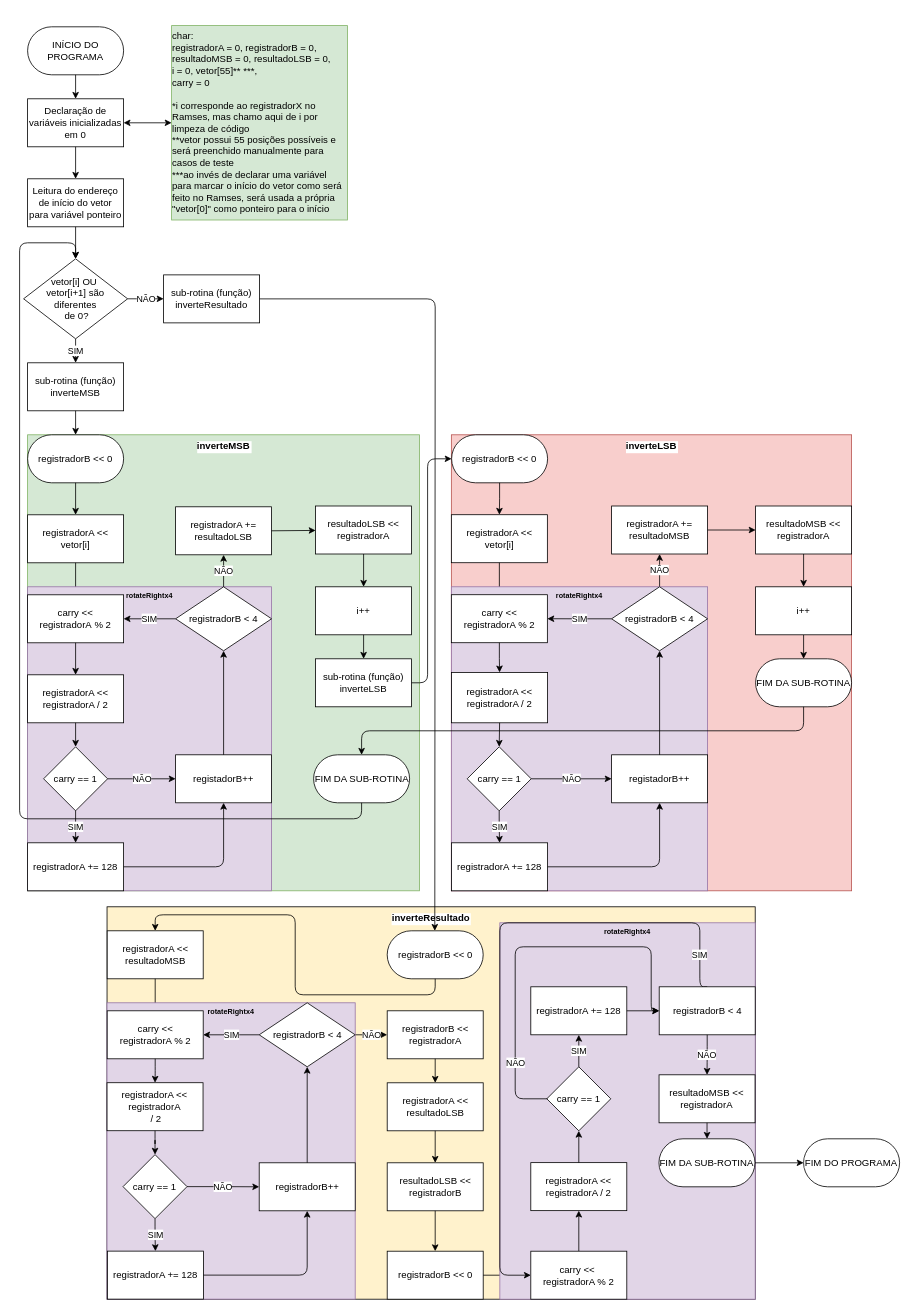
This is page "FluxogramaC" (2 of 2) of Fluxogramas/FluxogramaTrabalhoRamses_19_1.drawio from gabrielluizcm/TrabalhoRamses_19_1, a draw.io file, before an edit. Source tidied: cells renumbered, new cells numbered last; positions are measured from the earlier drawing's top-left corner, leaving out a move shared by most shapes. Both pictures are drawn from the tidied source at 80%, with x=0, y=0 at pixel (19, 25).
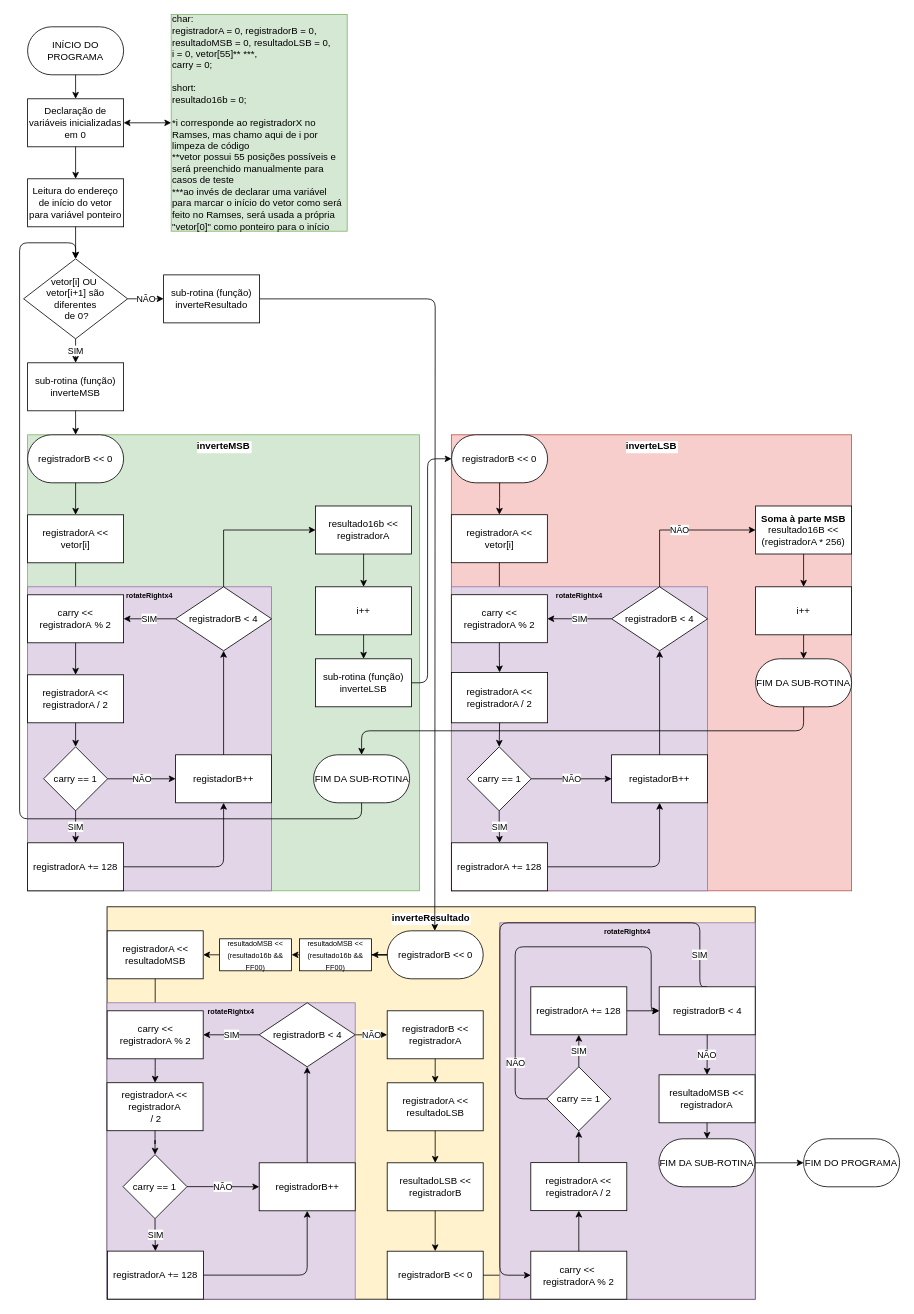
After the change.

Unchanged cells that the change refers to:
```xml
<mxCell id="15" value="inverteMSB" style="group;fillColor=#d5e8d4;strokeColor=#82b366;strokeWidth=1;perimeterSpacing=0;fontStyle=1;rounded=0;labelBackgroundColor=#ffffff;" parent="1" vertex="1">
  <mxGeometry x="10" y="512" width="490" height="570" as="geometry" />
</mxCell>
<mxCell id="28" value="registradorB &amp;lt; 4" style="rhombus;whiteSpace=wrap;html=1;" parent="24" vertex="1">
  <mxGeometry x="185" width="120" height="80" as="geometry" />
</mxCell>
<mxCell id="44" value="inverteLSB" style="group;fillColor=#f8cecc;strokeColor=#b85450;fontStyle=1;labelBackgroundColor=#ffffff;" parent="1" vertex="1">
  <mxGeometry x="539.7" y="512" width="500.3" height="570" as="geometry" />
</mxCell>
<mxCell id="63" value="registradorB &amp;lt; 4" style="rhombus;whiteSpace=wrap;html=1;" parent="57" vertex="1">
  <mxGeometry x="200.3" width="120" height="80" as="geometry" />
</mxCell>
<mxCell id="74" value="inverteResultado" style="group;fillColor=#fff2cc;strokeColor=#000000;fontStyle=1;verticalAlign=top;align=center;labelBackgroundColor=#ffffff;" parent="1" vertex="1">
  <mxGeometry x="109.3" y="1102" width="810.2" height="490.5" as="geometry" />
</mxCell>
<mxCell id="75" value="registradorB &amp;lt;&amp;lt; 0" style="rounded=1;whiteSpace=wrap;html=1;comic=0;strokeColor=#000000;strokeWidth=1;fillColor=#ffffff;gradientColor=none;arcSize=50;" parent="74" vertex="1">
  <mxGeometry x="350.2" y="30" width="120" height="60" as="geometry" />
</mxCell>
<mxCell id="76" value="registradorA &amp;lt;&amp;lt; resultadoMSB" style="rounded=0;whiteSpace=wrap;html=1;comic=0;strokeColor=#000000;strokeWidth=1;fillColor=#ffffff;gradientColor=none;" parent="74" vertex="1">
  <mxGeometry x="0.2" y="30" width="120" height="60" as="geometry" />
</mxCell>
```

The edit, as a diff of the source:
```diff
@@
-    <mxCell id="11" value="&lt;div style=&quot;text-align: left&quot;&gt;&lt;span&gt;char:&lt;/span&gt;&lt;/div&gt;&lt;div style=&quot;text-align: left&quot;&gt;&lt;span&gt;registradorA = 0, registradorB = 0,&lt;/span&gt;&lt;/div&gt;&lt;div style=&quot;text-align: left&quot;&gt;&lt;span&gt;resultadoMSB = 0, resultadoLSB = 0,&lt;/span&gt;&lt;/div&gt;&lt;div style=&quot;text-align: left&quot;&gt;&lt;span&gt;i&lt;/span&gt;&lt;span&gt;&amp;nbsp;= 0&lt;/span&gt;&lt;span&gt;,&amp;nbsp;&lt;/span&gt;&lt;span&gt;vetor[55]** ***,&lt;/span&gt;&lt;/div&gt;&lt;div style=&quot;text-align: left&quot;&gt;&lt;span&gt;carry = 0&lt;/span&gt;&lt;/div&gt;&lt;div style=&quot;text-align: left&quot;&gt;&lt;span&gt;&lt;br&gt;&lt;/span&gt;&lt;/div&gt;&lt;div style=&quot;text-align: left&quot;&gt;&lt;span&gt;*i corresponde ao registradorX no Ramses, mas chamo aqui de i por limpeza de código&lt;/span&gt;&lt;/div&gt;&lt;div style=&quot;text-align: left&quot;&gt;&lt;span&gt;**vetor possui 55 posições possíveis e será preenchido manualmente para casos de teste&lt;/span&gt;&lt;/div&gt;&lt;div style=&quot;text-align: left&quot;&gt;***ao invés de declarar uma variável para marcar o início do vetor como será feito no Ramses, será usada a própria &quot;vetor[0]&quot; como ponteiro para o início&lt;/div&gt;" style="text;html=1;strokeColor=#82b366;fillColor=#d5e8d4;align=center;verticalAlign=middle;whiteSpace=wrap;rounded=0;comic=0;" parent="1" vertex="1">
-      <mxGeometry x="190" y="0.5" width="220" height="243" as="geometry" />
+    <mxCell id="11" value="&lt;div style=&quot;text-align: left&quot;&gt;&lt;span&gt;char:&lt;/span&gt;&lt;/div&gt;&lt;div style=&quot;text-align: left&quot;&gt;&lt;span&gt;registradorA = 0, registradorB = 0,&lt;/span&gt;&lt;/div&gt;&lt;div style=&quot;text-align: left&quot;&gt;&lt;span&gt;resultadoMSB = 0, resultadoLSB = 0,&lt;/span&gt;&lt;/div&gt;&lt;div style=&quot;text-align: left&quot;&gt;&lt;span&gt;i&lt;/span&gt;&lt;span&gt;&amp;nbsp;= 0&lt;/span&gt;&lt;span&gt;,&amp;nbsp;&lt;/span&gt;&lt;span&gt;vetor[55]** ***,&lt;/span&gt;&lt;/div&gt;&lt;div style=&quot;text-align: left&quot;&gt;&lt;span&gt;carry = 0;&lt;/span&gt;&lt;/div&gt;&lt;div style=&quot;text-align: left&quot;&gt;&lt;span&gt;&lt;br&gt;&lt;/span&gt;&lt;/div&gt;&lt;div style=&quot;text-align: left&quot;&gt;&lt;span&gt;short:&lt;/span&gt;&lt;/div&gt;&lt;div style=&quot;text-align: left&quot;&gt;&lt;span&gt;resultado16b = 0;&lt;/span&gt;&lt;/div&gt;&lt;div style=&quot;text-align: left&quot;&gt;&lt;span&gt;&lt;br&gt;&lt;/span&gt;&lt;/div&gt;&lt;div style=&quot;text-align: left&quot;&gt;&lt;span&gt;*i corresponde ao registradorX no Ramses, mas chamo aqui de i por limpeza de código&lt;/span&gt;&lt;/div&gt;&lt;div style=&quot;text-align: left&quot;&gt;&lt;span&gt;**vetor possui 55 posições possíveis e será preenchido manualmente para casos de teste&lt;/span&gt;&lt;/div&gt;&lt;div style=&quot;text-align: left&quot;&gt;***ao invés de declarar uma variável para marcar o início do vetor como será feito no Ramses, será usada a própria &quot;vetor[0]&quot; como ponteiro para o início&lt;/div&gt;" style="text;html=1;strokeColor=#82b366;fillColor=#d5e8d4;align=center;verticalAlign=middle;whiteSpace=wrap;rounded=0;comic=0;" parent="1" vertex="1">
+      <mxGeometry x="189.5" y="-13.5" width="220" height="271" as="geometry" />
     </mxCell>
@@
-    <mxCell id="20" value="resultadoLSB &amp;lt;&amp;lt; registradorA" style="rounded=0;whiteSpace=wrap;html=1;" parent="15" vertex="1">
+    <mxCell id="20" value="resultado16b &amp;lt;&amp;lt; registradorA" style="rounded=0;whiteSpace=wrap;html=1;" parent="15" vertex="1">
       <mxGeometry x="360" y="89" width="120" height="60" as="geometry" />
     </mxCell>
@@
+    <mxCell id="121" style="edgeStyle=orthogonalEdgeStyle;rounded=0;jettySize=auto;html=1;exitX=0.5;exitY=0;exitDx=0;exitDy=0;entryX=0;entryY=0.5;entryDx=0;entryDy=0;" parent="15" edge="1" source="28" target="20">
+      <mxGeometry relative="1" as="geometry" />
+    </mxCell>
@@
-    <mxCell id="40" value="registradorA += resultadoLSB" style="rounded=0;whiteSpace=wrap;html=1;" parent="1" vertex="1">
-      <mxGeometry x="195" y="602" width="120" height="60" as="geometry" />
-    </mxCell>
-    <mxCell id="41" value="NÃO" style="endArrow=classic;html=1;exitX=0.5;exitY=0;exitDx=0;exitDy=0;" parent="1" edge="1" source="28" target="40">
-      <mxGeometry relative="1" as="geometry" />
-    </mxCell>
-    <mxCell id="42" style="endArrow=classic;html=1;exitX=1;exitY=0.5;exitDx=0;exitDy=0;" parent="1" edge="1" source="40" target="20">
-      <mxGeometry relative="1" as="geometry" />
-    </mxCell>
@@
-    <mxCell id="49" value="registradorA += resultadoMSB" style="rounded=0;whiteSpace=wrap;html=1;" parent="44" vertex="1">
-      <mxGeometry x="200.3" y="89" width="120" height="60" as="geometry" />
-    </mxCell>
-    <mxCell id="50" value="NÃO" style="edgeStyle=orthogonalEdgeStyle;comic=0;jettySize=auto;html=1;exitX=0.5;exitY=0;exitDx=0;exitDy=0;entryX=0.5;entryY=1;entryDx=0;entryDy=0;" parent="44" edge="1" source="63" target="49">
-      <mxGeometry relative="1" as="geometry" />
-    </mxCell>
-    <mxCell id="51" value="resultadoMSB &amp;lt;&amp;lt; registradorA" style="rounded=0;whiteSpace=wrap;html=1;" parent="44" vertex="1">
+    <mxCell id="51" value="&lt;b&gt;Soma à parte MSB&lt;br&gt;&lt;/b&gt;resultado16B &amp;lt;&amp;lt; (registradorA * 256)" style="rounded=0;whiteSpace=wrap;html=1;" parent="44" vertex="1">
       <mxGeometry x="380.3" y="89" width="120" height="60" as="geometry" />
     </mxCell>
-    <mxCell id="52" style="edgeStyle=orthogonalEdgeStyle;comic=0;jettySize=auto;html=1;exitX=1;exitY=0.5;exitDx=0;exitDy=0;entryX=0;entryY=0.5;entryDx=0;entryDy=0;" parent="44" edge="1" source="49" target="51">
-      <mxGeometry relative="1" as="geometry" />
-    </mxCell>
@@
+    <mxCell id="122" value="NÃO" style="edgeStyle=orthogonalEdgeStyle;rounded=0;jettySize=auto;html=1;exitX=0.5;exitY=0;exitDx=0;exitDy=0;entryX=0;entryY=0.5;entryDx=0;entryDy=0;" parent="44" edge="1" source="63" target="51">
+      <mxGeometry relative="1" as="geometry" />
+    </mxCell>
@@
-    <mxCell id="77" style="edgeStyle=orthogonalEdgeStyle;comic=0;jettySize=auto;html=1;exitX=0.5;exitY=1;exitDx=0;exitDy=0;entryX=0.5;entryY=0;entryDx=0;entryDy=0;" parent="74" edge="1" source="75" target="76">
-      <mxGeometry relative="1" as="geometry" />
-    </mxCell>
@@
+    <mxCell id="123" style="edgeStyle=orthogonalEdgeStyle;rounded=0;jettySize=auto;html=1;exitX=0;exitY=0.5;exitDx=0;exitDy=0;entryX=1;entryY=0.5;entryDx=0;entryDy=0;" parent="74" edge="1" source="124" target="127">
+      <mxGeometry relative="1" as="geometry" />
+    </mxCell>
+    <mxCell id="124" value="&lt;font style=&quot;font-size: 9px&quot;&gt;resultadoMSB &amp;lt;&amp;lt;&lt;br&gt;(resultado16b &amp;amp;&amp;amp; FF00)&lt;/font&gt;&lt;br&gt;" style="rounded=0;whiteSpace=wrap;html=1;" parent="74" vertex="1">
+      <mxGeometry x="240.7" y="40" width="90" height="40" as="geometry" />
+    </mxCell>
+    <mxCell id="125" style="edgeStyle=orthogonalEdgeStyle;rounded=0;jettySize=auto;html=1;exitX=0;exitY=0.5;exitDx=0;exitDy=0;" parent="74" edge="1" source="75" target="124">
+      <mxGeometry relative="1" as="geometry" />
+    </mxCell>
+    <mxCell id="126" style="edgeStyle=orthogonalEdgeStyle;rounded=0;jettySize=auto;html=1;exitX=0;exitY=0.5;exitDx=0;exitDy=0;entryX=1;entryY=0.5;entryDx=0;entryDy=0;" parent="74" edge="1" source="127" target="76">
+      <mxGeometry relative="1" as="geometry" />
+    </mxCell>
+    <mxCell id="127" value="&lt;font style=&quot;font-size: 9px&quot;&gt;resultadoMSB &amp;lt;&amp;lt;&lt;br&gt;(resultado16b &amp;amp;&amp;amp; FF00)&lt;/font&gt;&lt;br&gt;" style="rounded=0;whiteSpace=wrap;html=1;" parent="74" vertex="1">
+      <mxGeometry x="140.7" y="40" width="90" height="40" as="geometry" />
+    </mxCell>
```
